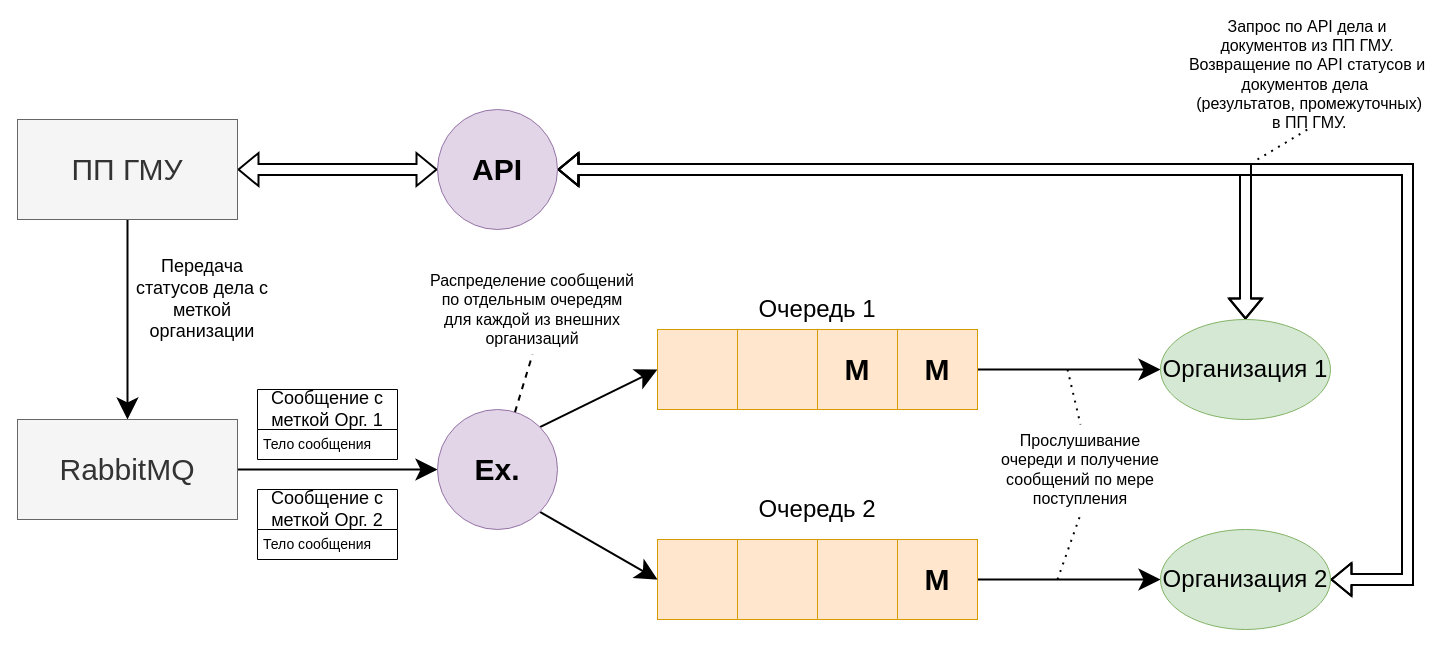
Earlier version of the draw.io diagram draw/Схема для очередей RabbitMQ.drawio (ainaraslan/test). Source tidied: cells renumbered, new cells numbered last; positions are measured from the earlier drawing's top-left corner, leaving out a move shared by most shapes. Both pictures are drawn from the tidied source at 100%, with x=0, y=0 at pixel (17, 19).
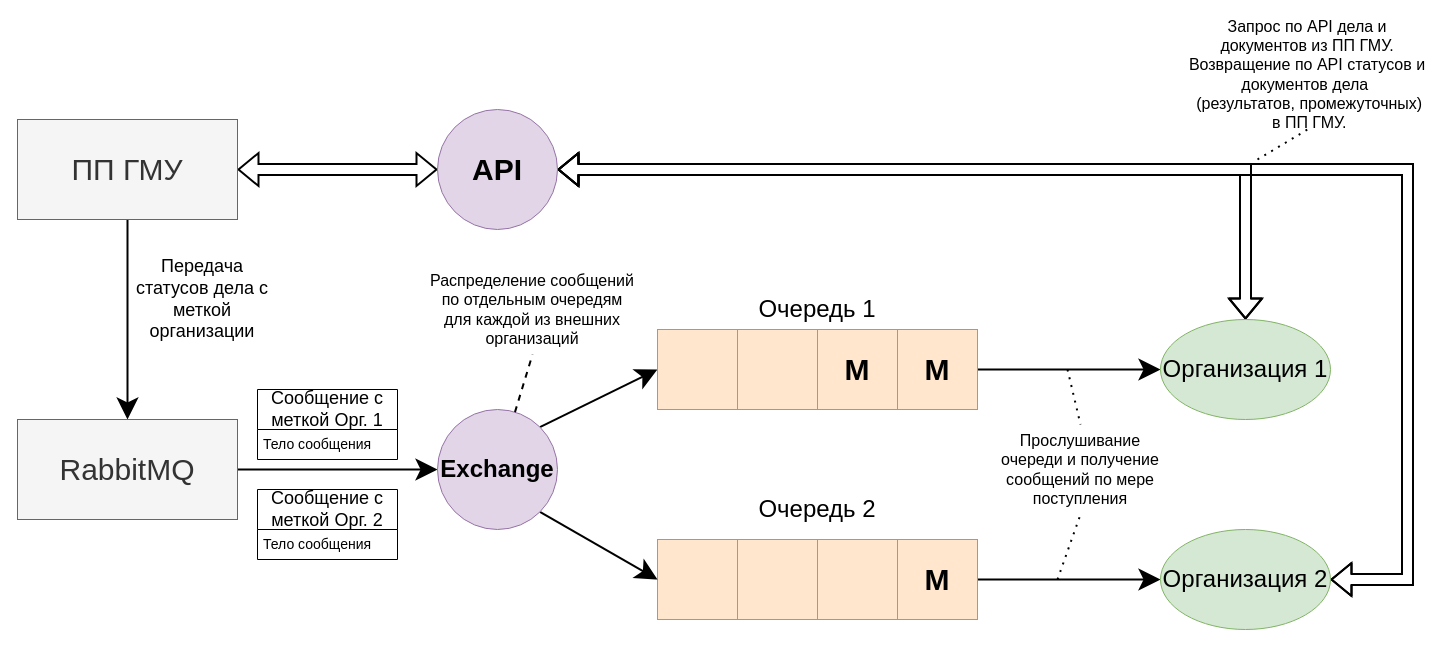
After the change.

The edit, as a diff of the source:
```diff
@@
-    <mxCell id="14" value="&lt;font style=&quot;font-size: 30px&quot;&gt;&lt;b&gt;Ex.&lt;/b&gt;&lt;/font&gt;" style="ellipse;whiteSpace=wrap;html=1;fillColor=#e1d5e7;strokeColor=#9673a6;" parent="1" vertex="1">
+    <mxCell id="14" value="Exchange" style="ellipse;fillColor=#e1d5e7;strokeColor=#9673a6;whiteSpace=wrap;html=1;fontSize=24;fontStyle=1;" parent="1" vertex="1">
       <mxGeometry x="420" y="390" width="120" height="120" as="geometry" />
     </mxCell>
```
